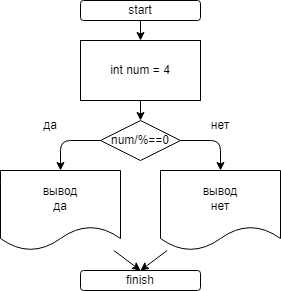
1Gar/C-Lessons keeps this draw.io diagram as lesson_1/Task_3/diagram.drawio.png. Above is the earlier version. Source tidied: cells renumbered, new cells last; positions are measured from the earlier drawing's top-left corner, leaving out a move shared by most shapes.
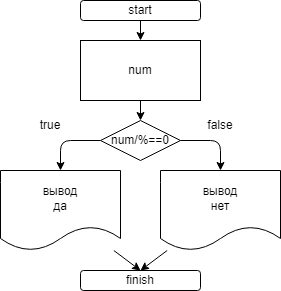
After the change.

What changed in the source:
```diff
@@ -26,7 +26,7 @@
     <mxCell id="9" style="edgeStyle=none;html=1;exitX=0.5;exitY=1;exitDx=0;exitDy=0;entryX=0.5;entryY=0;entryDx=0;entryDy=0;" parent="1" edge="1" source="10" target="13">
       <mxGeometry relative="1" as="geometry" />
     </mxCell>
-    <mxCell id="10" value="int num = 4" style="rounded=0;whiteSpace=wrap;html=1;" parent="1" vertex="1">
+    <mxCell id="10" value="num" style="rounded=0;whiteSpace=wrap;html=1;" parent="1" vertex="1">
       <mxGeometry x="80" y="40" width="120" height="60" as="geometry" />
     </mxCell>
     <mxCell id="11" style="edgeStyle=none;html=1;entryX=0.5;entryY=0;entryDx=0;entryDy=0;exitX=0;exitY=0.5;exitDx=0;exitDy=0;" parent="1" edge="1" source="13" target="6">
@@ -46,10 +46,10 @@
     <mxCell id="13" value="num/%==0" style="rhombus;whiteSpace=wrap;html=1;" parent="1" vertex="1">
       <mxGeometry x="100" y="120" width="80" height="40" as="geometry" />
     </mxCell>
-    <mxCell id="14" value="да" style="text;html=1;strokeColor=none;fillColor=none;align=center;verticalAlign=middle;whiteSpace=wrap;rounded=0;" parent="1" vertex="1">
+    <mxCell id="14" value="true" style="text;html=1;strokeColor=none;fillColor=none;align=center;verticalAlign=middle;whiteSpace=wrap;rounded=0;" parent="1" vertex="1">
       <mxGeometry x="20" y="110" width="60" height="30" as="geometry" />
     </mxCell>
-    <mxCell id="15" value="нет" style="text;html=1;strokeColor=none;fillColor=none;align=center;verticalAlign=middle;whiteSpace=wrap;rounded=0;" parent="1" vertex="1">
+    <mxCell id="15" value="false" style="text;html=1;strokeColor=none;fillColor=none;align=center;verticalAlign=middle;whiteSpace=wrap;rounded=0;" parent="1" vertex="1">
       <mxGeometry x="190" y="110" width="60" height="30" as="geometry" />
     </mxCell>
   </root>
```
